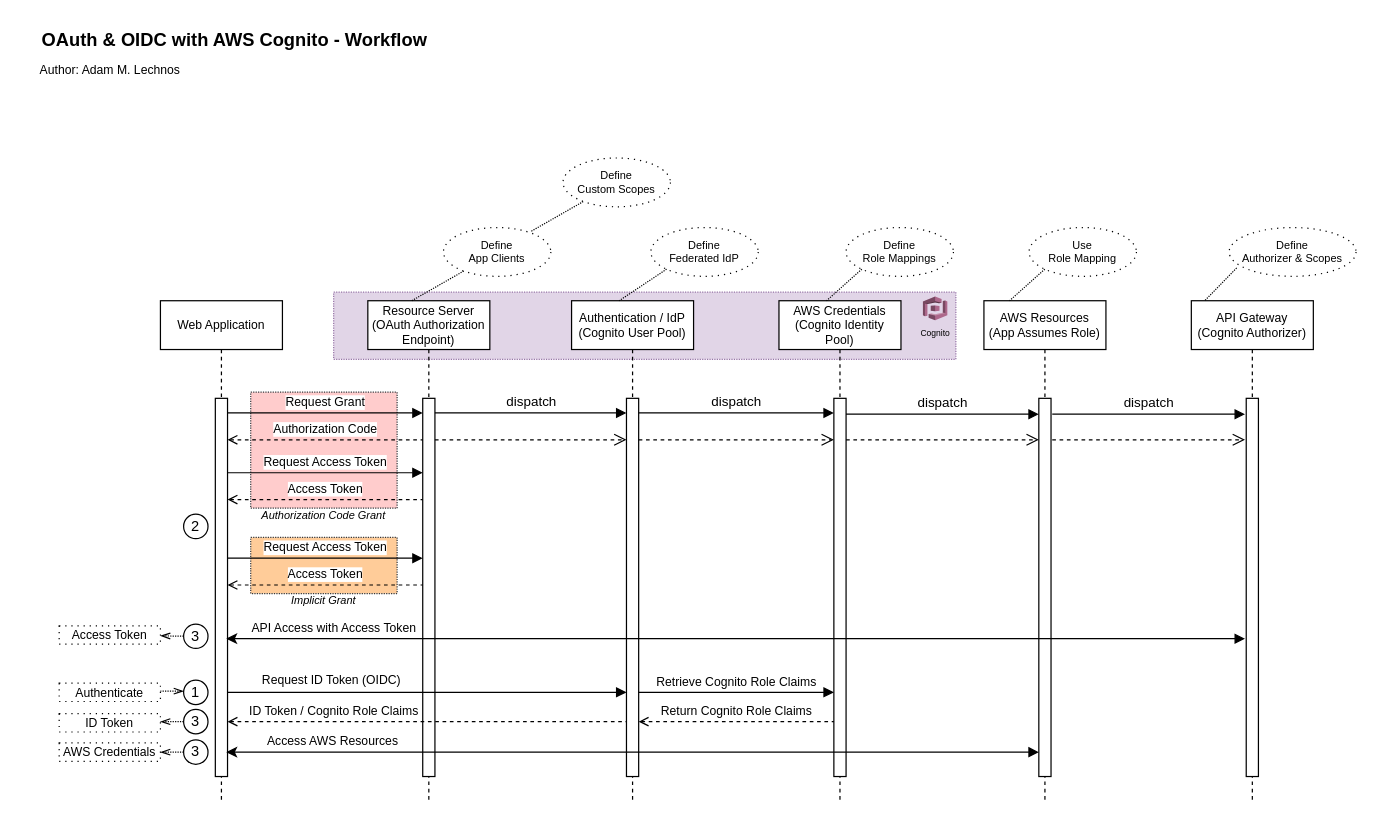
The draw.io diagram devops/OAuth20-Sequence-Diagram.drawio in Adam-Lechnos/diagrams-charts, before the edit. Source tidied: cells renumbered, new cells numbered last; positions are measured from the earlier drawing's top-left corner, leaving out a move shared by most shapes. Both pictures are drawn from the tidied source at 122%, with x=0, y=0 at pixel (21, 21).
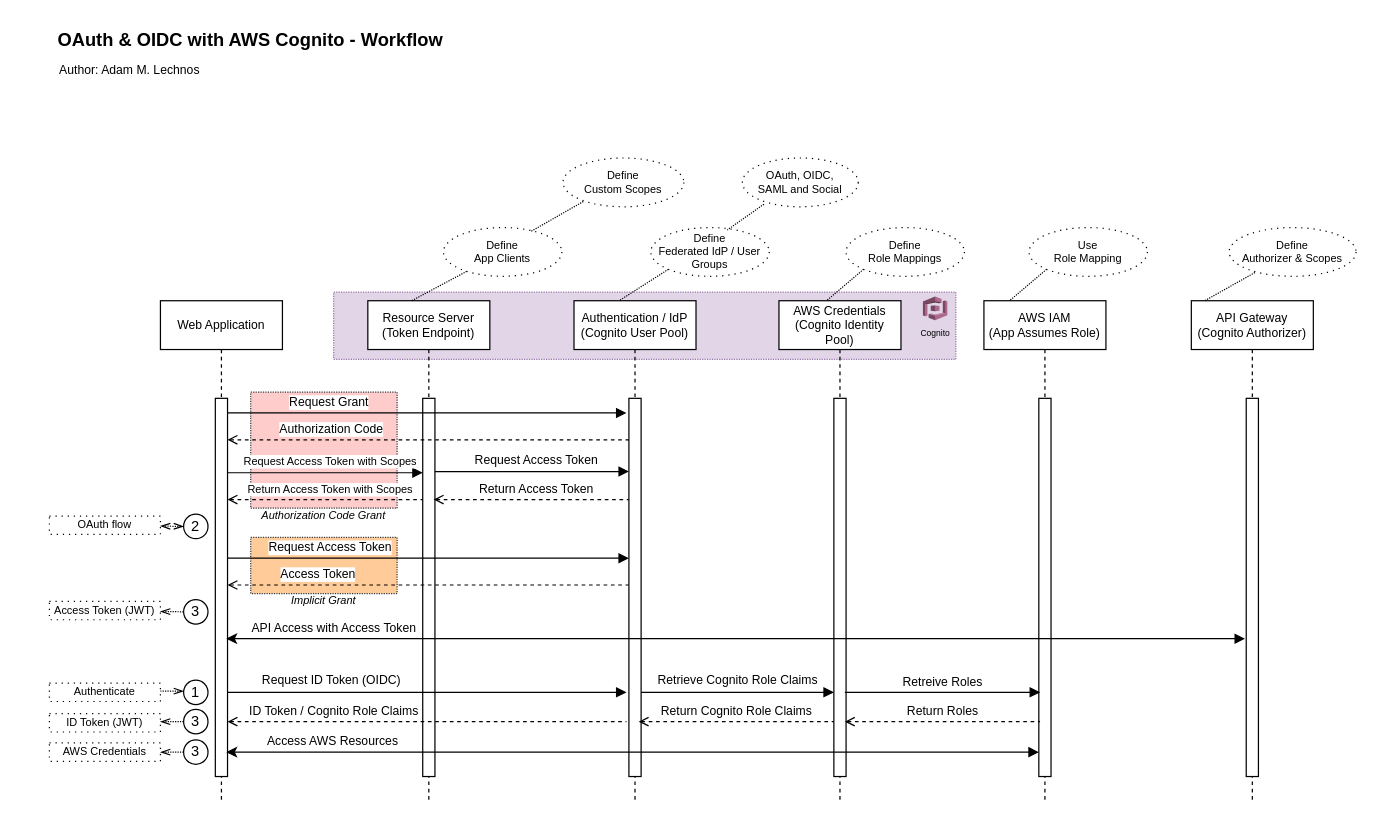
The same page after the edit.

Unchanged cells that the change refers to:
```xml
<mxCell id="8" style="html=1;points=[];perimeter=orthogonalPerimeter;outlineConnect=0;targetShapes=umlLifeline;portConstraint=eastwest;newEdgeStyle={&quot;edgeStyle&quot;:&quot;elbowEdgeStyle&quot;,&quot;elbow&quot;:&quot;vertical&quot;,&quot;curved&quot;:0,&quot;rounded&quot;:0};" parent="7" vertex="1">
  <mxGeometry x="45" y="80" width="10" height="310" as="geometry" />
</mxCell>
<mxCell id="12" style="html=1;points=[];perimeter=orthogonalPerimeter;outlineConnect=0;targetShapes=umlLifeline;portConstraint=eastwest;newEdgeStyle={&quot;edgeStyle&quot;:&quot;elbowEdgeStyle&quot;,&quot;elbow&quot;:&quot;vertical&quot;,&quot;curved&quot;:0,&quot;rounded&quot;:0};" parent="11" vertex="1">
  <mxGeometry x="45" y="80" width="10" height="310" as="geometry" />
</mxCell>
<mxCell id="19" style="html=1;points=[];perimeter=orthogonalPerimeter;outlineConnect=0;targetShapes=umlLifeline;portConstraint=eastwest;newEdgeStyle={&quot;edgeStyle&quot;:&quot;elbowEdgeStyle&quot;,&quot;elbow&quot;:&quot;vertical&quot;,&quot;curved&quot;:0,&quot;rounded&quot;:0};" parent="18" vertex="1">
  <mxGeometry x="45" y="80" width="10" height="310" as="geometry" />
</mxCell>
<mxCell id="22" style="html=1;points=[];perimeter=orthogonalPerimeter;outlineConnect=0;targetShapes=umlLifeline;portConstraint=eastwest;newEdgeStyle={&quot;edgeStyle&quot;:&quot;elbowEdgeStyle&quot;,&quot;elbow&quot;:&quot;vertical&quot;,&quot;curved&quot;:0,&quot;rounded&quot;:0};" parent="21" vertex="1">
  <mxGeometry x="45" y="80" width="10" height="310" as="geometry" />
</mxCell>
<mxCell id="29" value="API Gateway&lt;br style=&quot;font-size: 10px;&quot;&gt;(Cognito Authorizer)" style="shape=umlLifeline;perimeter=lifelinePerimeter;whiteSpace=wrap;html=1;outlineConnect=0;portConstraint=eastwest;newEdgeStyle={&quot;edgeStyle&quot;:&quot;elbowEdgeStyle&quot;,&quot;elbow&quot;:&quot;vertical&quot;,&quot;curved&quot;:0,&quot;rounded&quot;:0};fontSize=10;" parent="1" vertex="1">
  <mxGeometry x="959" y="229" width="100" height="410" as="geometry" />
</mxCell>
<mxCell id="68" value="Define&lt;br&gt;Authorizer &amp;amp; Scopes" style="ellipse;whiteSpace=wrap;html=1;fontSize=9;dashed=1;dashPattern=1 4;" parent="1" vertex="1">
  <mxGeometry x="990" y="169" width="104" height="40" as="geometry" />
</mxCell>
```

What changed in the source:
```diff
@@
-    <mxCell id="7" value="Resource Server&lt;br style=&quot;font-size: 10px;&quot;&gt;(OAuth Authorization Endpoint)" style="shape=umlLifeline;perimeter=lifelinePerimeter;whiteSpace=wrap;html=1;newEdgeStyle={&quot;edgeStyle&quot;:&quot;elbowEdgeStyle&quot;,&quot;elbow&quot;:&quot;vertical&quot;,&quot;curved&quot;:0,&quot;rounded&quot;:0};fontSize=10;" parent="1" vertex="1">
+    <mxCell id="7" value="Resource Server&lt;br style=&quot;font-size: 10px;&quot;&gt;(Token Endpoint)" style="shape=umlLifeline;perimeter=lifelinePerimeter;whiteSpace=wrap;html=1;newEdgeStyle={&quot;edgeStyle&quot;:&quot;elbowEdgeStyle&quot;,&quot;elbow&quot;:&quot;vertical&quot;,&quot;curved&quot;:0,&quot;rounded&quot;:0};fontSize=10;" parent="1" vertex="1">
       <mxGeometry x="284" y="229" width="100" height="410" as="geometry" />
     </mxCell>
@@
     <mxCell id="9" value="Request Grant" style="html=1;verticalAlign=bottom;endArrow=block;edgeStyle=elbowEdgeStyle;elbow=vertical;curved=0;rounded=0;fontSize=10;" parent="1" edge="1">
-      <mxGeometry relative="1" as="geometry">
+      <mxGeometry x="-0.49" relative="1" as="geometry">
         <mxPoint x="169" y="321" as="sourcePoint" />
-        <mxPoint x="329" y="321" as="targetPoint" />
+        <mxPoint x="496" y="321" as="targetPoint" />
         <Array as="points">
-          <mxPoint x="254" y="321" />
+          <mxPoint x="267" y="321" />
         </Array>
       </mxGeometry>
     </mxCell>
-    <mxCell id="10" value="Authorization Code" style="html=1;verticalAlign=bottom;endArrow=none;dashed=1;endSize=8;edgeStyle=elbowEdgeStyle;elbow=vertical;curved=0;rounded=0;startArrow=open;startFill=0;endFill=0;fontSize=10;" parent="1" edge="1">
-      <mxGeometry relative="1" as="geometry">
+    <mxCell id="10" value="Authorization Code" style="html=1;verticalAlign=bottom;endArrow=none;dashed=1;endSize=8;edgeStyle=elbowEdgeStyle;elbow=vertical;curved=0;rounded=0;startArrow=open;startFill=0;endFill=0;fontSize=10;" parent="1" edge="1" target="21">
+      <mxGeometry x="-0.49" relative="1" as="geometry">
         <mxPoint x="169" y="343" as="sourcePoint" />
-        <mxPoint x="329" y="343" as="targetPoint" />
         <Array as="points">
           <mxPoint x="254" y="343" />
         </Array>
       </mxGeometry>
     </mxCell>
@@
-    <mxCell id="13" value="dispatch" style="html=1;verticalAlign=bottom;endArrow=block;edgeStyle=elbowEdgeStyle;elbow=vertical;curved=0;rounded=0;" parent="1" edge="1">
-      <mxGeometry relative="1" as="geometry">
-        <mxPoint x="339" y="321" as="sourcePoint" />
-        <mxPoint x="496" y="321" as="targetPoint" />
-        <Array as="points">
-          <mxPoint x="444" y="321" />
-        </Array>
-      </mxGeometry>
-    </mxCell>
@@
     <mxCell id="15" value="Define&lt;br&gt;App Clients" style="ellipse;whiteSpace=wrap;html=1;fontSize=9;dashed=1;dashPattern=1 4;" parent="1" vertex="1">
-      <mxGeometry x="346" y="169" width="88" height="40" as="geometry" />
+      <mxGeometry x="346" y="169" width="97" height="40" as="geometry" />
     </mxCell>
-    <mxCell id="16" value="Define&lt;br&gt;Federated IdP" style="ellipse;whiteSpace=wrap;html=1;fontSize=9;dashed=1;dashPattern=1 4;" parent="1" vertex="1">
-      <mxGeometry x="516" y="169" width="88" height="40" as="geometry" />
+    <mxCell id="16" value="Define&lt;br&gt;Federated IdP / User Groups" style="ellipse;whiteSpace=wrap;html=1;fontSize=9;dashed=1;dashPattern=1 4;" parent="1" vertex="1">
+      <mxGeometry x="516" y="169" width="97" height="40" as="geometry" />
     </mxCell>
     <mxCell id="17" value="Define&lt;br&gt;Role Mappings" style="ellipse;whiteSpace=wrap;html=1;fontSize=9;dashed=1;dashPattern=1 4;" parent="1" vertex="1">
-      <mxGeometry x="676" y="169" width="88" height="40" as="geometry" />
+      <mxGeometry x="676" y="169" width="97" height="40" as="geometry" />
     </mxCell>
-    <mxCell id="18" value="AWS Resources&lt;br&gt;(App Assumes Role)" style="shape=umlLifeline;perimeter=lifelinePerimeter;whiteSpace=wrap;html=1;newEdgeStyle={&quot;edgeStyle&quot;:&quot;elbowEdgeStyle&quot;,&quot;elbow&quot;:&quot;vertical&quot;,&quot;curved&quot;:0,&quot;rounded&quot;:0};fontSize=10;" parent="1" vertex="1">
+    <mxCell id="18" value="AWS IAM&lt;br&gt;(App Assumes Role)" style="shape=umlLifeline;perimeter=lifelinePerimeter;whiteSpace=wrap;html=1;newEdgeStyle={&quot;edgeStyle&quot;:&quot;elbowEdgeStyle&quot;,&quot;elbow&quot;:&quot;vertical&quot;,&quot;curved&quot;:0,&quot;rounded&quot;:0};fontSize=10;" parent="1" vertex="1">
       <mxGeometry x="789" y="229" width="100" height="410" as="geometry" />
     </mxCell>
@@
-    <mxCell id="20" style="html=1;verticalAlign=bottom;endArrow=open;dashed=1;endSize=8;edgeStyle=elbowEdgeStyle;elbow=vertical;curved=0;rounded=0;" parent="1" edge="1" source="8">
-      <mxGeometry relative="1" as="geometry">
-        <mxPoint x="496" y="343" as="targetPoint" />
-      </mxGeometry>
-    </mxCell>
     <mxCell id="21" value="Authentication / IdP&lt;br style=&quot;font-size: 10px;&quot;&gt;(Cognito User Pool)" style="shape=umlLifeline;perimeter=lifelinePerimeter;whiteSpace=wrap;html=1;outlineConnect=0;portConstraint=eastwest;newEdgeStyle={&quot;edgeStyle&quot;:&quot;elbowEdgeStyle&quot;,&quot;elbow&quot;:&quot;vertical&quot;,&quot;curved&quot;:0,&quot;rounded&quot;:0};fontSize=10;" parent="1" vertex="1">
-      <mxGeometry x="451" y="229" width="100" height="410" as="geometry" />
+      <mxGeometry x="453" y="229" width="100" height="410" as="geometry" />
     </mxCell>
@@
-    <mxCell id="23" value="dispatch" style="html=1;verticalAlign=bottom;endArrow=block;edgeStyle=elbowEdgeStyle;elbow=vertical;curved=0;rounded=0;" parent="1" edge="1" source="22" target="12">
-      <mxGeometry relative="1" as="geometry">
-        <Array as="points">
-          <mxPoint x="612" y="321" />
-        </Array>
-      </mxGeometry>
-    </mxCell>
-    <mxCell id="24" style="html=1;verticalAlign=bottom;endArrow=open;dashed=1;endSize=8;edgeStyle=elbowEdgeStyle;elbow=vertical;curved=0;rounded=0;" parent="1" edge="1">
-      <mxGeometry relative="1" as="geometry">
-        <mxPoint x="506" y="343" as="sourcePoint" />
-        <mxPoint x="666" y="343" as="targetPoint" />
-      </mxGeometry>
-    </mxCell>
-    <mxCell id="25" value="dispatch" style="html=1;verticalAlign=bottom;endArrow=block;edgeStyle=elbowEdgeStyle;elbow=vertical;curved=0;rounded=0;" parent="1" edge="1" source="12" target="19">
-      <mxGeometry relative="1" as="geometry">
-        <Array as="points">
-          <mxPoint x="781" y="322" />
-        </Array>
-      </mxGeometry>
-    </mxCell>
-    <mxCell id="26" style="html=1;verticalAlign=bottom;endArrow=open;dashed=1;endSize=8;edgeStyle=elbowEdgeStyle;elbow=vertical;curved=0;rounded=0;" parent="1" edge="1">
-      <mxGeometry relative="1" as="geometry">
-        <mxPoint x="676" y="343" as="sourcePoint" />
-        <mxPoint x="834" y="343" as="targetPoint" />
-      </mxGeometry>
-    </mxCell>
@@
-    <mxCell id="31" value="dispatch" style="html=1;verticalAlign=bottom;endArrow=block;edgeStyle=elbowEdgeStyle;elbow=vertical;curved=0;rounded=0;" parent="1" edge="1">
-      <mxGeometry relative="1" as="geometry">
-        <mxPoint x="845" y="322" as="sourcePoint" />
-        <mxPoint x="1003" y="322" as="targetPoint" />
-        <Array as="points">
-          <mxPoint x="950" y="322" />
-        </Array>
-      </mxGeometry>
-    </mxCell>
-    <mxCell id="32" style="html=1;verticalAlign=bottom;endArrow=open;dashed=1;endSize=8;edgeStyle=elbowEdgeStyle;elbow=vertical;curved=0;rounded=0;" parent="1" edge="1">
-      <mxGeometry relative="1" as="geometry">
-        <mxPoint x="845" y="343" as="sourcePoint" />
-        <mxPoint x="1003" y="343" as="targetPoint" />
-      </mxGeometry>
-    </mxCell>
@@
-    <mxCell id="34" value="Request Access Token" style="html=1;verticalAlign=bottom;endArrow=block;edgeStyle=elbowEdgeStyle;elbow=vertical;curved=0;rounded=0;fontSize=10;" parent="1" edge="1">
-      <mxGeometry relative="1" as="geometry">
+    <mxCell id="34" value="Request Access Token with Scopes" style="html=1;verticalAlign=bottom;endArrow=block;edgeStyle=elbowEdgeStyle;elbow=vertical;curved=0;rounded=0;fontSize=9;" parent="1" edge="1" target="8">
+      <mxGeometry x="0.05" y="1" relative="1" as="geometry">
         <mxPoint x="169" y="370" as="sourcePoint" />
-        <mxPoint x="329" y="370" as="targetPoint" />
         <Array as="points">
           <mxPoint x="254" y="370" />
         </Array>
       </mxGeometry>
     </mxCell>
-    <mxCell id="35" value="Access Token" style="html=1;verticalAlign=bottom;endArrow=none;dashed=1;endSize=8;edgeStyle=elbowEdgeStyle;elbow=vertical;curved=0;rounded=0;startArrow=open;startFill=0;endFill=0;fontSize=10;" parent="1" edge="1">
-      <mxGeometry relative="1" as="geometry">
+    <mxCell id="35" value="Return Access Token with Scopes" style="html=1;verticalAlign=bottom;endArrow=none;dashed=1;endSize=8;edgeStyle=elbowEdgeStyle;elbow=vertical;curved=0;rounded=0;startArrow=open;startFill=0;endFill=0;fontSize=9;" parent="1" edge="1" target="8">
+      <mxGeometry x="0.05" relative="1" as="geometry">
         <mxPoint x="169" y="392" as="sourcePoint" />
-        <mxPoint x="329" y="392" as="targetPoint" />
         <Array as="points">
           <mxPoint x="254" y="392" />
         </Array>
       </mxGeometry>
     </mxCell>
@@
     <mxCell id="37" value="Define&lt;br&gt;Custom Scopes" style="ellipse;whiteSpace=wrap;html=1;fontSize=9;dashed=1;dashPattern=1 4;" parent="1" vertex="1">
-      <mxGeometry x="444" y="112" width="88" height="40" as="geometry" />
+      <mxGeometry x="444" y="112" width="99" height="40" as="geometry" />
     </mxCell>
-    <mxCell id="38" value="Request Access Token" style="html=1;verticalAlign=bottom;endArrow=block;edgeStyle=elbowEdgeStyle;elbow=vertical;curved=0;rounded=0;fontSize=10;" parent="1" edge="1">
-      <mxGeometry relative="1" as="geometry">
+    <mxCell id="38" value="Request Access Token" style="html=1;verticalAlign=bottom;endArrow=block;edgeStyle=elbowEdgeStyle;elbow=vertical;curved=0;rounded=0;fontSize=10;" parent="1" edge="1" target="22">
+      <mxGeometry x="-0.49" relative="1" as="geometry">
         <mxPoint x="169" y="440" as="sourcePoint" />
-        <mxPoint x="329" y="440" as="targetPoint" />
-        <Array as="points">
-          <mxPoint x="254" y="440" />
-        </Array>
       </mxGeometry>
     </mxCell>
-    <mxCell id="39" value="Access Token" style="html=1;verticalAlign=bottom;endArrow=none;dashed=1;endSize=8;edgeStyle=elbowEdgeStyle;elbow=vertical;curved=0;rounded=0;startArrow=open;startFill=0;endFill=0;fontSize=10;" parent="1" edge="1">
-      <mxGeometry relative="1" as="geometry">
+    <mxCell id="39" value="Access Token" style="html=1;verticalAlign=bottom;endArrow=none;dashed=1;endSize=8;edgeStyle=elbowEdgeStyle;elbow=vertical;curved=0;rounded=0;startArrow=open;startFill=0;endFill=0;fontSize=10;" parent="1" edge="1" target="22">
+      <mxGeometry x="-0.55" relative="1" as="geometry">
         <mxPoint x="169" y="462" as="sourcePoint" />
-        <mxPoint x="329" y="462" as="targetPoint" />
         <Array as="points">
           <mxPoint x="254" y="462" />
         </Array>
       </mxGeometry>
     </mxCell>
@@
     <mxCell id="42" value="Retrieve Cognito Role Claims" style="html=1;verticalAlign=bottom;endArrow=block;edgeStyle=elbowEdgeStyle;elbow=vertical;curved=0;rounded=0;fontSize=10;" parent="1" edge="1">
-      <mxGeometry relative="1" as="geometry">
-        <mxPoint x="506" y="550" as="sourcePoint" />
+      <mxGeometry y="1" relative="1" as="geometry">
+        <mxPoint x="508" y="550" as="sourcePoint" />
         <mxPoint x="666" y="550" as="targetPoint" />
-        <Array as="points">
-          <mxPoint x="591" y="550" />
-        </Array>
       </mxGeometry>
     </mxCell>
@@
     <mxCell id="52" style="ellipse;whiteSpace=wrap;html=1;" parent="1" vertex="1">
-      <mxGeometry x="133" y="494" width="20" height="20" as="geometry" />
+      <mxGeometry x="133" y="474" width="20" height="20" as="geometry" />
     </mxCell>
     <mxCell id="53" value="3" style="text;html=1;align=center;verticalAlign=middle;whiteSpace=wrap;rounded=0;" parent="1" vertex="1">
-      <mxGeometry x="133" y="494" width="20" height="20" as="geometry" />
+      <mxGeometry x="133" y="474" width="20" height="20" as="geometry" />
     </mxCell>
@@
-    <mxCell id="58" value="Authenticate" style="rounded=0;whiteSpace=wrap;html=1;fontSize=10;verticalAlign=middle;dashed=1;dashPattern=1 4;" parent="1" vertex="1">
-      <mxGeometry x="31" y="542.5" width="83" height="15" as="geometry" />
+    <mxCell id="58" value="Authenticate" style="rounded=0;whiteSpace=wrap;html=1;fontSize=9;verticalAlign=middle;dashed=1;dashPattern=1 4;" parent="1" vertex="1">
+      <mxGeometry x="23" y="542.5" width="91" height="15" as="geometry" />
     </mxCell>
-    <mxCell id="59" value="Access Token" style="rounded=0;whiteSpace=wrap;html=1;fontSize=10;verticalAlign=middle;dashed=1;dashPattern=1 4;" parent="1" vertex="1">
-      <mxGeometry x="31" y="495.5" width="83" height="15" as="geometry" />
+    <mxCell id="59" value="Access Token (JWT)" style="rounded=0;whiteSpace=wrap;html=1;fontSize=9;verticalAlign=middle;dashed=1;dashPattern=1 4;" parent="1" vertex="1">
+      <mxGeometry x="23" y="475.5" width="91" height="15" as="geometry" />
     </mxCell>
-    <mxCell id="60" value="ID Token" style="rounded=0;whiteSpace=wrap;html=1;fontSize=10;verticalAlign=middle;dashed=1;dashPattern=1 4;" parent="1" vertex="1">
-      <mxGeometry x="31" y="567.5" width="83" height="15" as="geometry" />
+    <mxCell id="60" value="ID Token (JWT)" style="rounded=0;whiteSpace=wrap;html=1;fontSize=9;verticalAlign=middle;dashed=1;dashPattern=1 4;" parent="1" vertex="1">
+      <mxGeometry x="23" y="567.5" width="91" height="15" as="geometry" />
     </mxCell>
-    <mxCell id="61" value="AWS Credentials" style="rounded=0;whiteSpace=wrap;html=1;fontSize=10;verticalAlign=middle;dashed=1;dashPattern=1 4;" parent="1" vertex="1">
-      <mxGeometry x="31" y="591.5" width="83" height="15" as="geometry" />
+    <mxCell id="61" value="AWS Credentials" style="rounded=0;whiteSpace=wrap;html=1;fontSize=9;verticalAlign=middle;dashed=1;dashPattern=1 4;" parent="1" vertex="1">
+      <mxGeometry x="23" y="591.5" width="91" height="15" as="geometry" />
     </mxCell>
     <mxCell id="62" style="rounded=0;jettySize=auto;html=1;dashed=1;endArrow=openThin;endFill=0;dashPattern=1 1;exitX=0;exitY=0.5;exitDx=0;exitDy=0;startArrow=none;startFill=0;" parent="1" edge="1" target="59">
       <mxGeometry relative="1" as="geometry">
-        <mxPoint x="133" y="504" as="sourcePoint" />
+        <mxPoint x="133" y="484" as="sourcePoint" />
       </mxGeometry>
     </mxCell>
@@
     <mxCell id="66" value="OAuth &amp;amp; OIDC with AWS Cognito - Workflow" style="text;html=1;align=center;verticalAlign=middle;whiteSpace=wrap;rounded=0;fontSize=15;fontStyle=1;" parent="1" vertex="1">
-      <mxGeometry width="350" height="30" as="geometry" />
+      <mxGeometry x="13" width="350" height="30" as="geometry" />
     </mxCell>
     <mxCell id="67" value="Author: Adam M. Lechnos" style="text;html=1;align=center;verticalAlign=middle;whiteSpace=wrap;rounded=0;fontSize=10;fontStyle=0;" parent="1" vertex="1">
-      <mxGeometry x="13" y="25" width="120" height="30" as="geometry" />
+      <mxGeometry x="29" y="25" width="120" height="30" as="geometry" />
     </mxCell>
@@
-    <mxCell id="69" style="rounded=0;jettySize=auto;html=1;dashed=1;endArrow=none;endFill=0;dashPattern=1 1;entryX=0.11;entryY=0;entryDx=0;entryDy=0;entryPerimeter=0;exitX=0.059;exitY=0.828;exitDx=0;exitDy=0;exitPerimeter=0;" parent="1" edge="1" source="68" target="29">
+    <mxCell id="69" style="rounded=0;jettySize=auto;html=1;dashed=1;endArrow=none;endFill=0;dashPattern=1 1;entryX=0.11;entryY=0;entryDx=0;entryDy=0;entryPerimeter=0;exitX=0.203;exitY=0.922;exitDx=0;exitDy=0;exitPerimeter=0;" parent="1" edge="1" source="68" target="29">
       <mxGeometry relative="1" as="geometry" />
     </mxCell>
     <mxCell id="70" value="Use&lt;br&gt;Role Mapping" style="ellipse;whiteSpace=wrap;html=1;fontSize=9;dashed=1;dashPattern=1 4;" parent="1" vertex="1">
-      <mxGeometry x="826" y="169" width="88" height="40" as="geometry" />
+      <mxGeometry x="826" y="169" width="97" height="40" as="geometry" />
     </mxCell>
@@
+    <mxCell id="72" style="rounded=0;jettySize=auto;html=1;dashed=1;endArrow=none;endFill=0;dashPattern=1 1;entryX=0.646;entryY=0.05;entryDx=0;entryDy=0;entryPerimeter=0;exitX=0.186;exitY=0.947;exitDx=0;exitDy=0;exitPerimeter=0;" parent="1" edge="1" source="73" target="16">
+      <mxGeometry relative="1" as="geometry" />
+    </mxCell>
+    <mxCell id="73" value="OAuth, OIDC, &lt;br&gt;SAML and Social" style="ellipse;whiteSpace=wrap;html=1;fontSize=9;dashed=1;dashPattern=1 4;" parent="1" vertex="1">
+      <mxGeometry x="591" y="112" width="95" height="40" as="geometry" />
+    </mxCell>
+    <mxCell id="74" value="OAuth flow" style="rounded=0;whiteSpace=wrap;html=1;fontSize=9;verticalAlign=middle;dashed=1;dashPattern=1 4;" parent="1" vertex="1">
+      <mxGeometry x="23" y="405.5" width="91" height="15" as="geometry" />
+    </mxCell>
+    <mxCell id="75" style="rounded=0;jettySize=auto;html=1;dashed=1;endArrow=openThin;endFill=0;dashPattern=1 1;exitX=0;exitY=0.5;exitDx=0;exitDy=0;startArrow=openThin;startFill=0;" parent="1" edge="1" target="74">
+      <mxGeometry relative="1" as="geometry">
+        <mxPoint x="133" y="414" as="sourcePoint" />
+      </mxGeometry>
+    </mxCell>
+    <mxCell id="76" value="Retreive Roles" style="html=1;verticalAlign=bottom;endArrow=block;edgeStyle=elbowEdgeStyle;elbow=vertical;curved=0;rounded=0;fontSize=10;" parent="1" edge="1">
+      <mxGeometry relative="1" as="geometry">
+        <mxPoint x="675" y="550" as="sourcePoint" />
+        <mxPoint x="835" y="550" as="targetPoint" />
+        <Array as="points">
+          <mxPoint x="760" y="550" />
+        </Array>
+      </mxGeometry>
+    </mxCell>
+    <mxCell id="77" value="Return Roles" style="html=1;verticalAlign=bottom;endArrow=none;dashed=1;endSize=8;edgeStyle=elbowEdgeStyle;elbow=vertical;curved=0;rounded=0;startArrow=open;startFill=0;endFill=0;fontSize=10;" parent="1" edge="1">
+      <mxGeometry relative="1" as="geometry">
+        <mxPoint x="675" y="574" as="sourcePoint" />
+        <mxPoint x="835" y="574" as="targetPoint" />
+        <Array as="points">
+          <mxPoint x="760" y="574" />
+        </Array>
+      </mxGeometry>
+    </mxCell>
+    <mxCell id="78" value="Request Access Token" style="html=1;verticalAlign=bottom;endArrow=block;edgeStyle=elbowEdgeStyle;elbow=vertical;curved=0;rounded=0;fontSize=10;" parent="1" edge="1" source="8" target="22">
+      <mxGeometry x="0.05" y="1" relative="1" as="geometry">
+        <Array as="points">
+          <mxPoint x="473" y="369" />
+        </Array>
+      </mxGeometry>
+    </mxCell>
+    <mxCell id="79" value="Return Access Token" style="html=1;verticalAlign=bottom;endArrow=none;dashed=1;endSize=8;edgeStyle=elbowEdgeStyle;elbow=vertical;curved=0;rounded=0;startArrow=open;startFill=0;endFill=0;fontSize=10;" parent="1" edge="1">
+      <mxGeometry x="0.05" relative="1" as="geometry">
+        <mxPoint x="338" y="392" as="sourcePoint" />
+        <mxPoint x="498" y="392" as="targetPoint" />
+        <Array as="points">
+          <mxPoint x="423" y="392" />
+        </Array>
+      </mxGeometry>
+    </mxCell>
```
